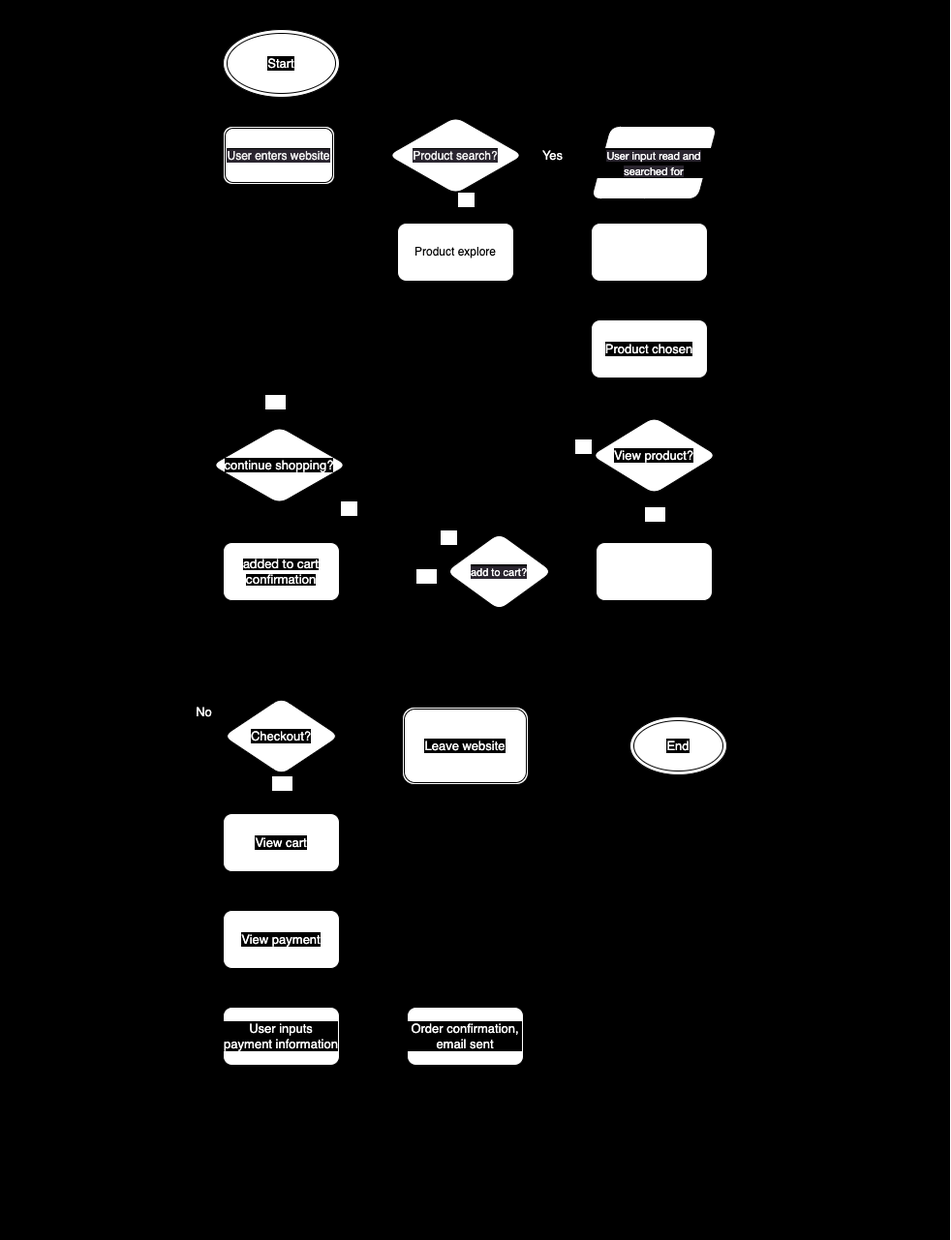
sidhantsinghvi/sp24-cse110-lab4 keeps this draw.io diagram as explore/diagramming/diagram.drawio.png. Above is the earlier version. Source tidied: cells renumbered, new cells last; positions are measured from the earlier drawing's top-left corner, leaving out a move shared by most shapes.
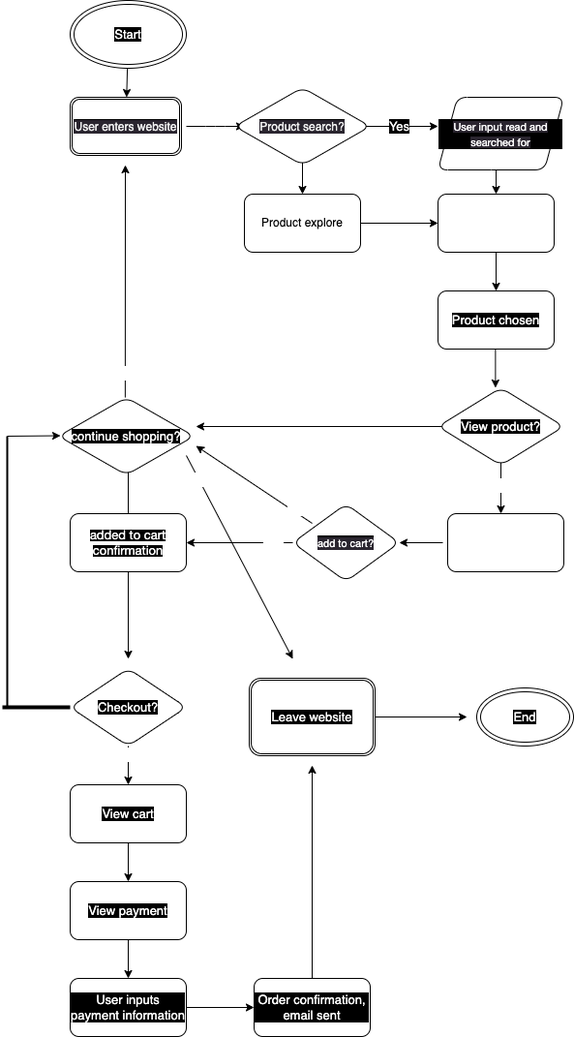
The same diagram one commit later.

What changed in the source:
```diff
@@ -2,9 +2,6 @@
   <root>
     <mxCell id="0" />
     <mxCell id="1" parent="0" />
-    <mxCell id="2" style="shape=ext;double=1;rounded=0;whiteSpace=wrap;html=1;labelBackgroundColor=#000000;fontSize=13;fontColor=#FFFFFF;fillColor=#000000;" parent="1" vertex="1">
-      <mxGeometry width="980" height="1280" as="geometry" />
-    </mxCell>
     <mxCell id="3" style="edgeStyle=none;html=1;fontSize=11;fontColor=#FFFFFF;" parent="1" edge="1">
       <mxGeometry relative="1" as="geometry">
         <mxPoint x="530" y="160" as="sourcePoint" />
@@ -65,14 +62,12 @@
     <mxCell id="13" value="No" style="edgeLabel;html=1;align=center;verticalAlign=middle;fontSize=13;fontColor=#FFFFFF;" parent="12" vertex="1">
       <mxGeometry x="-0.67" y="-3" relative="1" as="geometry" />
     </mxCell>
-    <mxCell id="14" style="edgeStyle=none;html=1;fontSize=13;fontColor=#FFFFFF;" parent="1" edge="1" source="15">
+    <mxCell id="14" style="edgeStyle=none;html=1;fontSize=13;fontColor=#FFFFFF;" parent="1" edge="1">
       <mxGeometry relative="1" as="geometry">
+        <mxPoint x="615" y="590" as="sourcePoint" />
         <mxPoint x="570" y="590" as="targetPoint" />
       </mxGeometry>
     </mxCell>
-    <mxCell id="15" value="Product website opens" style="whiteSpace=wrap;html=1;labelBackgroundColor=none;fontSize=11;fontColor=#FFFFFF;rounded=1;" parent="1" vertex="1">
-      <mxGeometry x="615" y="560" width="120" height="60" as="geometry" />
-    </mxCell>
     <mxCell id="16" style="edgeStyle=none;html=1;fontSize=13;fontColor=#FFFFFF;" parent="1" edge="1" source="18">
       <mxGeometry relative="1" as="geometry">
         <mxPoint x="290" y="500" as="targetPoint" />
@@ -113,9 +108,10 @@
     <mxCell id="23" value="Product chosen" style="whiteSpace=wrap;html=1;labelBackgroundColor=#000000;fontSize=13;fontColor=#FFFFFF;rounded=1;" parent="1" vertex="1">
       <mxGeometry x="610" y="330" width="120" height="60" as="geometry" />
     </mxCell>
-    <mxCell id="24" style="edgeStyle=none;html=1;fontSize=13;fontColor=#FFFFFF;entryX=0.5;entryY=0;entryDx=0;entryDy=0;" parent="1" edge="1" target="15">
+    <mxCell id="24" style="edgeStyle=none;html=1;fontSize=13;fontColor=#FFFFFF;entryX=0.5;entryY=0;entryDx=0;entryDy=0;" parent="1" edge="1">
       <mxGeometry relative="1" as="geometry">
         <mxPoint x="675" y="500" as="sourcePoint" />
+        <mxPoint x="675" y="560" as="targetPoint" />
       </mxGeometry>
     </mxCell>
     <mxCell id="25" value="Yes" style="edgeLabel;html=1;align=center;verticalAlign=middle;fontSize=13;fontColor=#FFFFFF;" parent="24" vertex="1">
@@ -227,5 +223,8 @@
     <mxCell id="56" value="&lt;meta charset=&quot;utf-8&quot;&gt;&lt;span style=&quot;color: rgb(255, 255, 255); font-family: Helvetica; font-size: 13px; font-style: normal; font-variant-ligatures: normal; font-variant-caps: normal; font-weight: 400; letter-spacing: normal; orphans: 2; text-align: center; text-indent: 0px; text-transform: none; widows: 2; word-spacing: 0px; -webkit-text-stroke-width: 0px; background-color: rgb(0, 0, 0); text-decoration-thickness: initial; text-decoration-style: initial; text-decoration-color: initial; float: none; display: inline !important;&quot;&gt;Checkout?&lt;/span&gt;" style="rhombus;whiteSpace=wrap;html=1;rounded=1;labelBackgroundColor=#000000;fontSize=13;fontColor=#FFFFFF;fillColor=default;" parent="1" vertex="1">
       <mxGeometry x="230" y="720" width="120" height="80" as="geometry" />
     </mxCell>
+    <mxCell id="15" value="Product website opens" style="whiteSpace=wrap;html=1;labelBackgroundColor=none;fontSize=11;fontColor=#FFFFFF;rounded=1;" parent="1" vertex="1">
+      <mxGeometry x="620" y="560" width="120" height="60" as="geometry" />
+    </mxCell>
   </root>
 </mxGraphModel>
```
